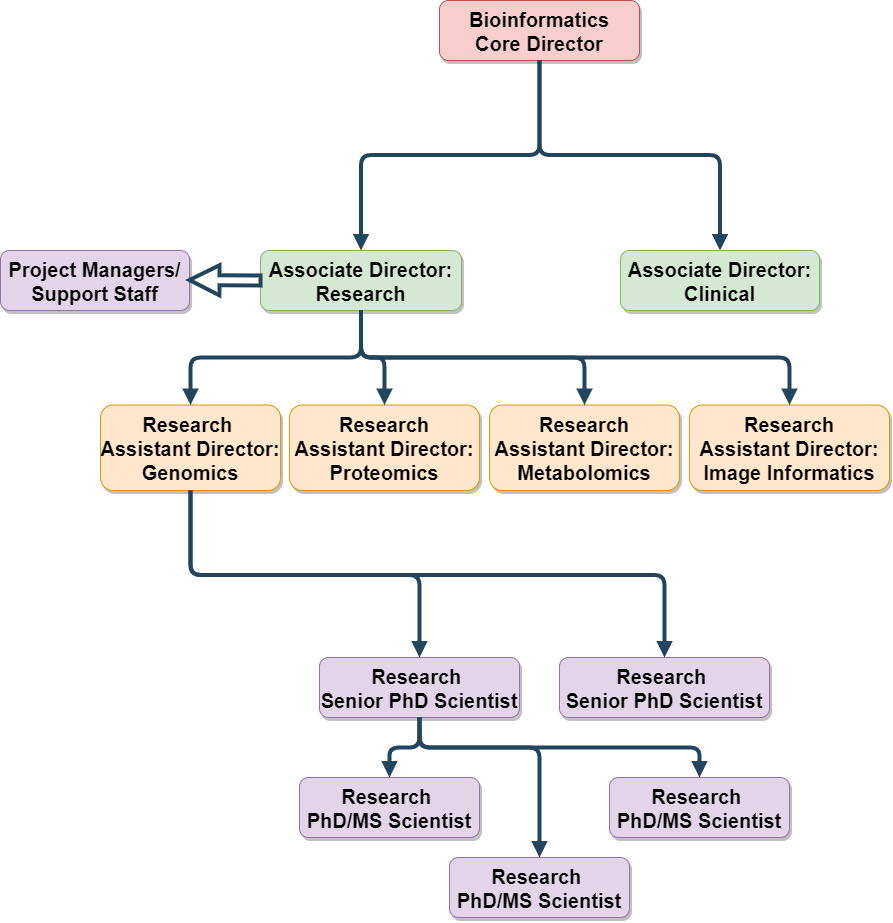
Above: v/latest/images/bi_org.png in alemenze/Core_Proposal (draw.io), before the change. Source tidied: cells renumbered, new cells last; positions are measured from the earlier drawing's top-left corner, leaving out a move shared by most shapes.
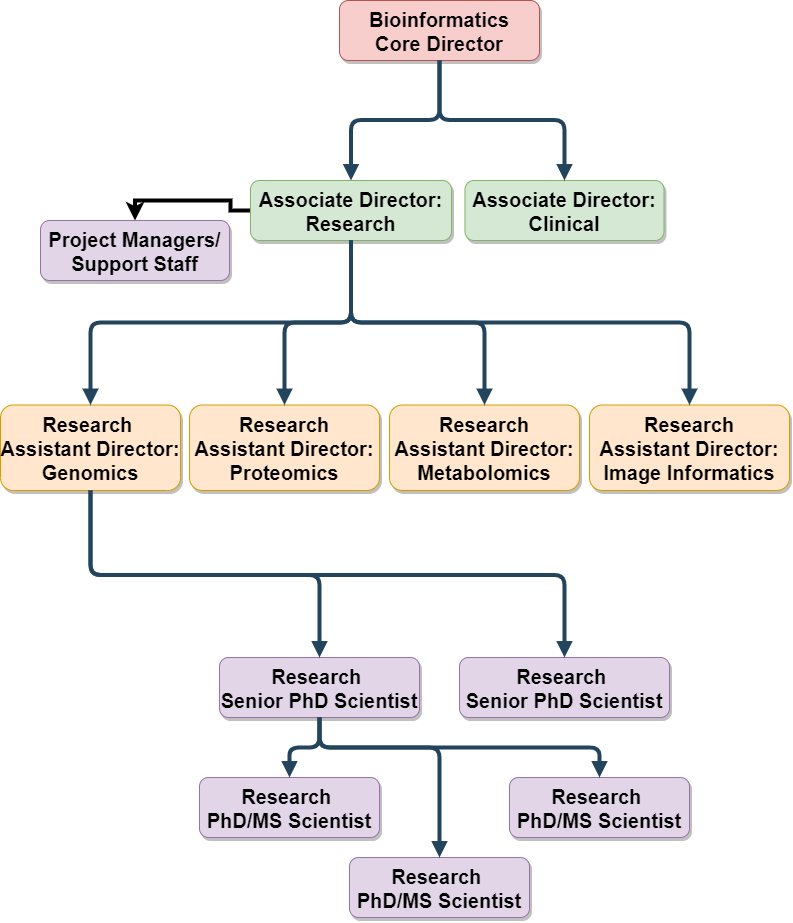
The same diagram one commit later.

The edit, as a diff of the source:
```diff
@@ -5,8 +5,11 @@
     <mxCell id="2" value="Bioinformatics &#10;Core Director" style="rounded=1;fillColor=#f8cecc;strokeColor=#b85450;shadow=1;fontStyle=1;fontSize=20;" parent="1" vertex="1">
       <mxGeometry x="439" width="200" height="60" as="geometry" />
     </mxCell>
+    <mxCell id="16" style="edgeStyle=orthogonalEdgeStyle;rounded=0;jettySize=auto;html=1;exitX=0;exitY=0.5;exitDx=0;exitDy=0;entryX=0.5;entryY=0;entryDx=0;entryDy=0;fillColor=#000000;strokeWidth=4;" parent="1" edge="1" source="3" target="15">
+      <mxGeometry relative="1" as="geometry" />
+    </mxCell>
     <mxCell id="3" value="Associate Director:&#10;Research" style="rounded=1;fillColor=#d5e8d4;strokeColor=#82b366;shadow=1;fontStyle=1;fontSize=20;" parent="1" vertex="1">
-      <mxGeometry x="260" y="250" width="201" height="60" as="geometry" />
+      <mxGeometry x="350" y="180" width="201" height="60" as="geometry" />
     </mxCell>
     <mxCell id="4" value="Research &#10;Assistant Director:&#10;Genomics" style="rounded=1;fillColor=#ffe6cc;strokeColor=#d79b00;shadow=1;fontStyle=1;fontSize=20;" parent="1" vertex="1">
       <mxGeometry x="100" y="404.5" width="180" height="85.5" as="geometry" />
@@ -36,17 +39,14 @@
       <mxGeometry x="271" y="174.5" as="geometry" />
     </mxCell>
     <mxCell id="13" value="Associate Director:&#10;Clinical" style="rounded=1;fillColor=#d5e8d4;strokeColor=#82b366;shadow=1;fontStyle=1;fontSize=20;" parent="1" vertex="1">
-      <mxGeometry x="620" y="250" width="199" height="60" as="geometry" />
+      <mxGeometry x="564.5" y="180" width="199" height="60" as="geometry" />
     </mxCell>
     <mxCell id="14" style="edgeStyle=elbowEdgeStyle;elbow=vertical;strokeWidth=4;endArrow=block;endFill=1;fontStyle=1;strokeColor=#23445D;exitX=0.5;exitY=1;exitDx=0;exitDy=0;entryX=0.5;entryY=0;entryDx=0;entryDy=0;fontSize=20;" parent="1" edge="1" source="2" target="13">
       <mxGeometry x="613" y="-30" as="geometry" />
     </mxCell>
     <mxCell id="15" value="Project Managers/&#10;Support Staff" style="rounded=1;fillColor=#e1d5e7;strokeColor=#9673a6;shadow=1;fontStyle=1;fontSize=20;" parent="1" vertex="1">
-      <mxGeometry y="250" width="189" height="60" as="geometry" />
+      <mxGeometry x="140" y="220" width="189" height="60" as="geometry" />
     </mxCell>
-    <mxCell id="16" style="edgeStyle=elbowEdgeStyle;elbow=vertical;strokeWidth=4;endArrow=block;endFill=1;fontStyle=1;strokeColor=#23445D;shape=arrow;fontSize=20;entryX=1;entryY=0.5;entryDx=0;entryDy=0;exitX=0;exitY=0.5;exitDx=0;exitDy=0;" parent="1" edge="1" source="3" target="15">
-      <mxGeometry x="375" y="154.5" as="geometry" />
-    </mxCell>
     <mxCell id="17" value="Research &#10;Senior PhD Scientist" style="rounded=1;fillColor=#e1d5e7;strokeColor=#9673a6;shadow=1;fontStyle=1;fontSize=20;" parent="1" vertex="1">
       <mxGeometry x="319" y="657" width="200" height="60" as="geometry" />
     </mxCell>
```
